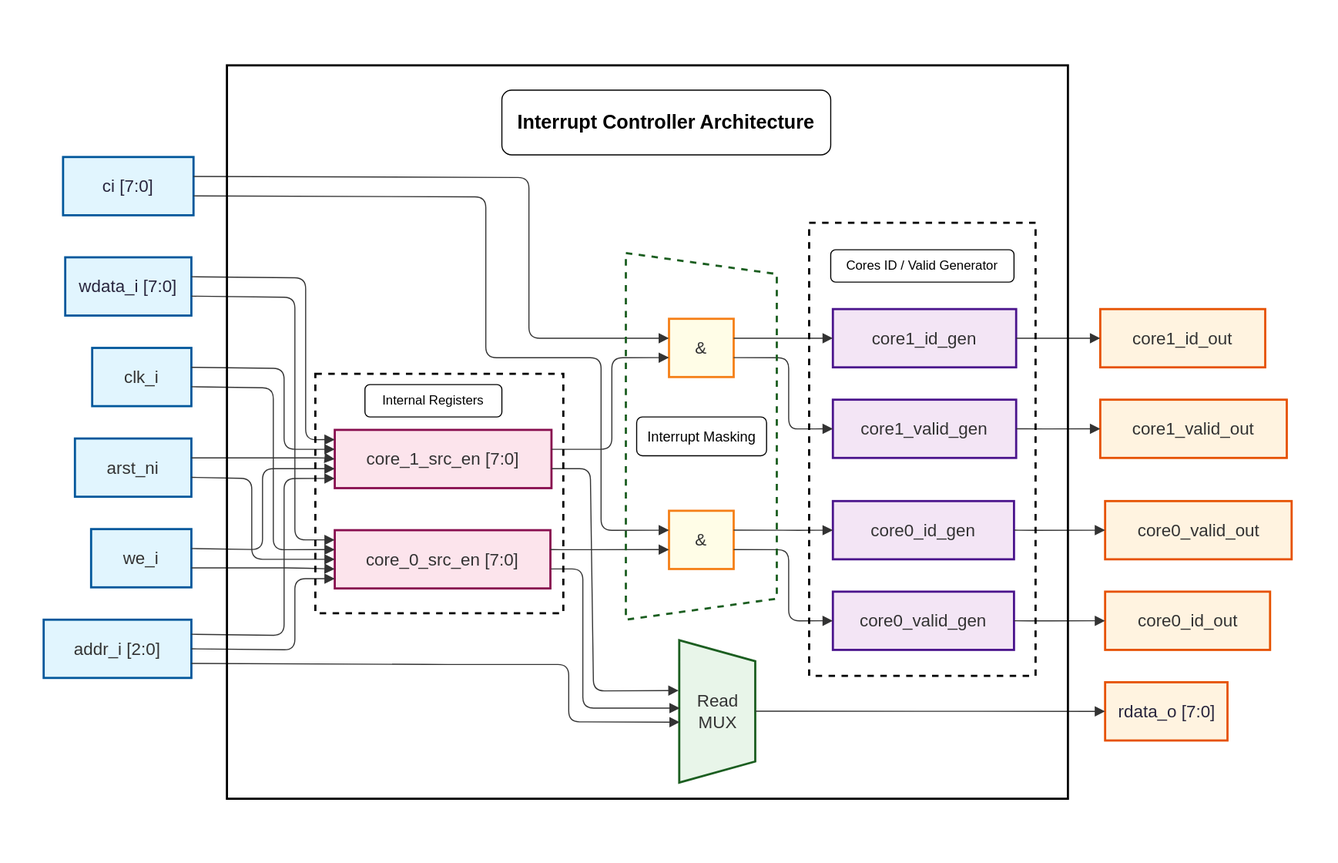
Earlier version of the draw.io export document/khalid_interrupt_controller.svg (ADN-VLSI/Batch2_testing). Source tidied: cells renumbered, new cells last; positions are measured from the earlier drawing's top-left corner, leaving out a move shared by most shapes.
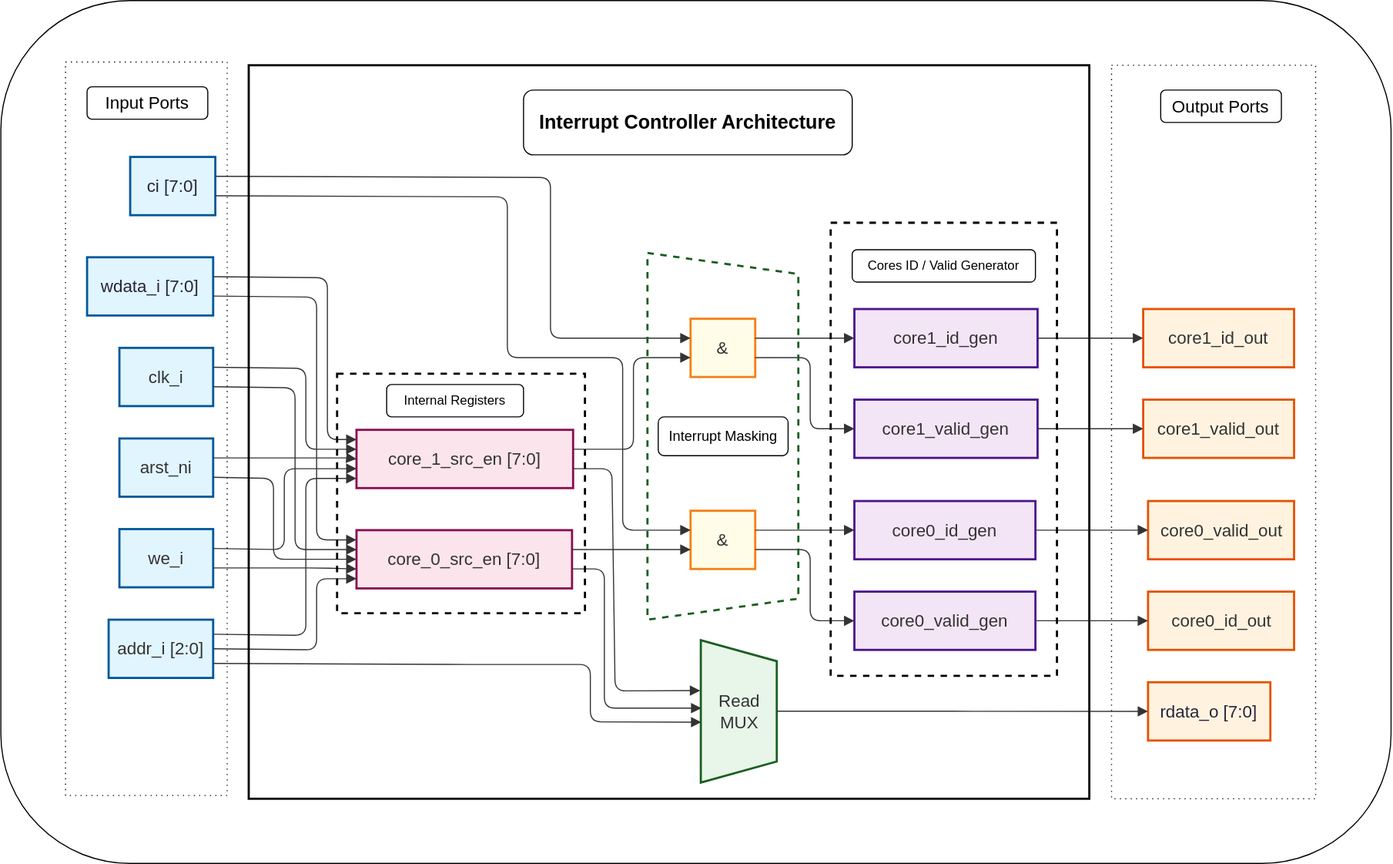
The same file after the commit.

Change to the diagram source:
```diff
@@ -2,8 +2,8 @@
   <root>
     <mxCell id="0" />
     <mxCell id="1" parent="0" />
-    <mxCell id="2" style="rounded=1;whiteSpace=wrap;html=1;strokeColor=none;" parent="1" vertex="1">
-      <mxGeometry width="1240" height="800" as="geometry" />
+    <mxCell id="2" style="rounded=1;whiteSpace=wrap;html=1;strokeColor=default;fillColor=default;" parent="1" vertex="1">
+      <mxGeometry x="-20" width="1290" height="800" as="geometry" />
     </mxCell>
     <mxCell id="3" style="html=1;whiteSpace=wrap;strokeWidth=1;verticalAlign=top;fillColor=none;strokeColor=none;fontColor=light-dark(#333333,#cccccc);fontFamily=Trebuchet MS,Verdana,Arial,sans-serif;fontSize=16;" parent="1" vertex="1">
       <mxGeometry x="752" y="240" width="288" height="194" as="geometry" />
@@ -15,22 +15,22 @@
       <mxGeometry x="20" y="46" width="170" height="54" as="geometry" />
     </mxCell>
     <mxCell id="6" value="clk_i" style="html=1;whiteSpace=wrap;strokeWidth=2;fillColor=#e1f5fe;strokeColor=#01579b;fontColor=light-dark(#333333,#cccccc);fontFamily=Trebuchet MS,Verdana,Arial,sans-serif;fontSize=16;" parent="1" vertex="1">
-      <mxGeometry x="85" y="322" width="92" height="54" as="geometry" />
+      <mxGeometry x="90" y="322" width="87" height="54" as="geometry" />
     </mxCell>
     <mxCell id="7" value="arst_ni" style="html=1;whiteSpace=wrap;strokeWidth=2;fillColor=#e1f5fe;strokeColor=#01579b;fontColor=light-dark(#333333,#cccccc);fontFamily=Trebuchet MS,Verdana,Arial,sans-serif;fontSize=16;" parent="1" vertex="1">
-      <mxGeometry x="69" y="406" width="108" height="54" as="geometry" />
+      <mxGeometry x="90" y="406" width="87" height="54" as="geometry" />
     </mxCell>
     <mxCell id="8" value="addr_i [2:0]" style="html=1;whiteSpace=wrap;strokeWidth=2;fillColor=#e1f5fe;strokeColor=#01579b;fontColor=light-dark(#333333,#cccccc);fontFamily=Trebuchet MS,Verdana,Arial,sans-serif;fontSize=16;" parent="1" vertex="1">
-      <mxGeometry x="40" y="574" width="137" height="54" as="geometry" />
+      <mxGeometry x="80" y="574" width="97" height="54" as="geometry" />
     </mxCell>
     <mxCell id="9" value="&lt;span style=&quot;padding-left: 8px; padding-right: 8px; justify-content: center; color: rgb(40, 37, 61);&quot;&gt;wdata_i [7:0]&lt;/span&gt;" style="html=1;whiteSpace=wrap;strokeWidth=2;fillColor=#e1f5fe;strokeColor=#01579b;fontColor=light-dark(#333333,#cccccc);fontFamily=Trebuchet MS,Verdana,Arial,sans-serif;fontSize=16;" parent="1" vertex="1">
       <mxGeometry x="60" y="238" width="117" height="54" as="geometry" />
     </mxCell>
     <mxCell id="10" value="we_i" style="html=1;whiteSpace=wrap;strokeWidth=2;fillColor=#e1f5fe;strokeColor=#01579b;fontColor=light-dark(#333333,#cccccc);fontFamily=Trebuchet MS,Verdana,Arial,sans-serif;fontSize=16;" parent="1" vertex="1">
-      <mxGeometry x="84" y="490" width="93" height="54" as="geometry" />
+      <mxGeometry x="90" y="490" width="87" height="54" as="geometry" />
     </mxCell>
     <mxCell id="11" value="&lt;span style=&quot;padding-left: 8px; padding-right: 8px; justify-content: center; color: rgb(40, 37, 61);&quot;&gt;ci [7:0]&lt;/span&gt;" style="html=1;whiteSpace=wrap;strokeWidth=2;fillColor=#e1f5fe;strokeColor=#01579b;fontColor=light-dark(#333333,#cccccc);fontFamily=Trebuchet MS,Verdana,Arial,sans-serif;fontSize=16;" parent="1" vertex="1">
-      <mxGeometry x="58" y="145" width="121" height="54" as="geometry" />
+      <mxGeometry x="100" y="145" width="79" height="54" as="geometry" />
     </mxCell>
     <mxCell id="12" value="core_1_src_en [7:0]" style="html=1;whiteSpace=wrap;strokeWidth=2;fillColor=#fce4ec;strokeColor=#880e4f;fontColor=light-dark(#333333,#cccccc);fontFamily=Trebuchet MS,Verdana,Arial,sans-serif;fontSize=16;" parent="1" vertex="1">
       <mxGeometry x="310" y="398" width="201" height="54" as="geometry" />
@@ -54,10 +54,10 @@
       <mxGeometry x="772" y="464" width="168" height="54" as="geometry" />
     </mxCell>
     <mxCell id="19" value="core1_valid_out" style="html=1;whiteSpace=wrap;strokeWidth=2;fillColor=#fff3e0;strokeColor=#e65100;fontColor=light-dark(#333333,#cccccc);fontFamily=Trebuchet MS,Verdana,Arial,sans-serif;fontSize=16;" parent="1" vertex="1">
-      <mxGeometry x="1020" y="370" width="173" height="54" as="geometry" />
+      <mxGeometry x="1040" y="370" width="140" height="54" as="geometry" />
     </mxCell>
     <mxCell id="20" value="core1_id_out" style="html=1;whiteSpace=wrap;strokeWidth=2;fillColor=#fff3e0;strokeColor=#e65100;fontColor=light-dark(#333333,#cccccc);fontFamily=Trebuchet MS,Verdana,Arial,sans-serif;fontSize=16;" parent="1" vertex="1">
-      <mxGeometry x="1020" y="286" width="153" height="54" as="geometry" />
+      <mxGeometry x="1040" y="286" width="140" height="54" as="geometry" />
     </mxCell>
     <mxCell id="21" style="edgeStyle=orthogonalEdgeStyle;rounded=1;curved=0;startArrow=none;endArrow=block;endSize=7;strokeColor=light-dark(#333333,#cccccc);exitX=1;exitY=0.6667;entryX=0;entryY=0.3333;" parent="1" edge="1" source="6" target="15">
       <mxGeometry relative="1" as="geometry">
@@ -244,13 +244,13 @@
       </mxGeometry>
     </mxCell>
     <mxCell id="44" value="&lt;span style=&quot;padding-left: 8px; padding-right: 8px; justify-content: center; color: rgb(40, 37, 61);&quot;&gt;rdata_o [7:0]&lt;/span&gt;" style="html=1;whiteSpace=wrap;strokeWidth=2;fillColor=#fff3e0;strokeColor=#e65100;fontColor=light-dark(#333333,#cccccc);fontFamily=Trebuchet MS,Verdana,Arial,sans-serif;fontSize=16;" parent="1" vertex="1">
-      <mxGeometry x="1024.5" y="632" width="113.5" height="54" as="geometry" />
+      <mxGeometry x="1044.5" y="632" width="113.5" height="54" as="geometry" />
     </mxCell>
     <mxCell id="45" style="edgeStyle=orthogonalEdgeStyle;rounded=1;curved=0;startArrow=none;endArrow=block;endSize=7;strokeColor=light-dark(#333333,#cccccc);entryX=0;entryY=0.5;exitX=0.499;exitY=-0.002;exitDx=0;exitDy=0;exitPerimeter=0;" parent="1" edge="1" source="14" target="44">
       <mxGeometry relative="1" as="geometry" />
     </mxCell>
     <mxCell id="46" value="core0_id_out" style="html=1;whiteSpace=wrap;strokeWidth=2;fillColor=#fff3e0;strokeColor=#e65100;fontColor=light-dark(#333333,#cccccc);fontFamily=Trebuchet MS,Verdana,Arial,sans-serif;fontSize=16;" parent="1" vertex="1">
-      <mxGeometry x="1024.5" y="548" width="153" height="54" as="geometry" />
+      <mxGeometry x="1044.5" y="548" width="135.5" height="54" as="geometry" />
     </mxCell>
     <mxCell id="47" style="edgeStyle=orthogonalEdgeStyle;rounded=1;curved=0;startArrow=none;endArrow=block;endSize=7;strokeColor=light-dark(#333333,#cccccc);exitX=1;exitY=0.5;entryX=0;entryY=0.5;" parent="1" edge="1" source="13" target="46">
       <mxGeometry relative="1" as="geometry">
@@ -260,7 +260,7 @@
       </mxGeometry>
     </mxCell>
     <mxCell id="48" value="core0_valid_out" style="html=1;whiteSpace=wrap;strokeWidth=2;fillColor=#fff3e0;strokeColor=#e65100;fontColor=light-dark(#333333,#cccccc);fontFamily=Trebuchet MS,Verdana,Arial,sans-serif;fontSize=16;" parent="1" vertex="1">
-      <mxGeometry x="1024.5" y="464" width="173" height="54" as="geometry" />
+      <mxGeometry x="1044.5" y="464" width="135.5" height="54" as="geometry" />
     </mxCell>
     <mxCell id="49" style="edgeStyle=orthogonalEdgeStyle;rounded=1;curved=0;startArrow=none;endArrow=block;endSize=7;strokeColor=light-dark(#333333,#cccccc);exitX=1;exitY=0.5;entryX=0;entryY=0.5;" parent="1" edge="1" source="18" target="48">
       <mxGeometry relative="1" as="geometry">
@@ -293,5 +293,17 @@
     <mxCell id="57" value="&lt;span style=&quot;padding-left: 8px; padding-right: 8px; justify-content: center; color: rgb(0, 0, 0);&quot;&gt;Cores ID / Valid Generator&lt;/span&gt;" style="rounded=1;whiteSpace=wrap;html=1;" parent="1" vertex="1">
       <mxGeometry x="770" y="231" width="170" height="30" as="geometry" />
     </mxCell>
+    <mxCell id="58" style="rounded=0;whiteSpace=wrap;html=1;fillColor=none;dashed=1;dashPattern=1 4;" parent="1" vertex="1">
+      <mxGeometry x="40" y="57" width="150" height="680" as="geometry" />
+    </mxCell>
+    <mxCell id="59" value="&lt;span style=&quot;padding-left: 8px; padding-right: 8px; justify-content: center; color: rgb(0, 0, 0);&quot;&gt;&lt;font style=&quot;font-size: 16px;&quot;&gt;Input Ports&lt;/font&gt;&lt;/span&gt;" style="rounded=1;whiteSpace=wrap;html=1;" parent="1" vertex="1">
+      <mxGeometry x="60" y="80" width="112" height="30" as="geometry" />
+    </mxCell>
+    <mxCell id="60" style="rounded=0;whiteSpace=wrap;html=1;fillColor=none;dashed=1;dashPattern=1 4;" parent="1" vertex="1">
+      <mxGeometry x="1010.6" y="60" width="189.4" height="680" as="geometry" />
+    </mxCell>
+    <mxCell id="61" value="&lt;span style=&quot;padding-left: 8px; padding-right: 8px; justify-content: center; color: rgb(0, 0, 0);&quot;&gt;&lt;font style=&quot;font-size: 16px;&quot;&gt;Output Ports&lt;/font&gt;&lt;/span&gt;" style="rounded=1;whiteSpace=wrap;html=1;" parent="1" vertex="1">
+      <mxGeometry x="1056.2" y="83" width="112" height="30" as="geometry" />
+    </mxCell>
   </root>
 </mxGraphModel>
```
